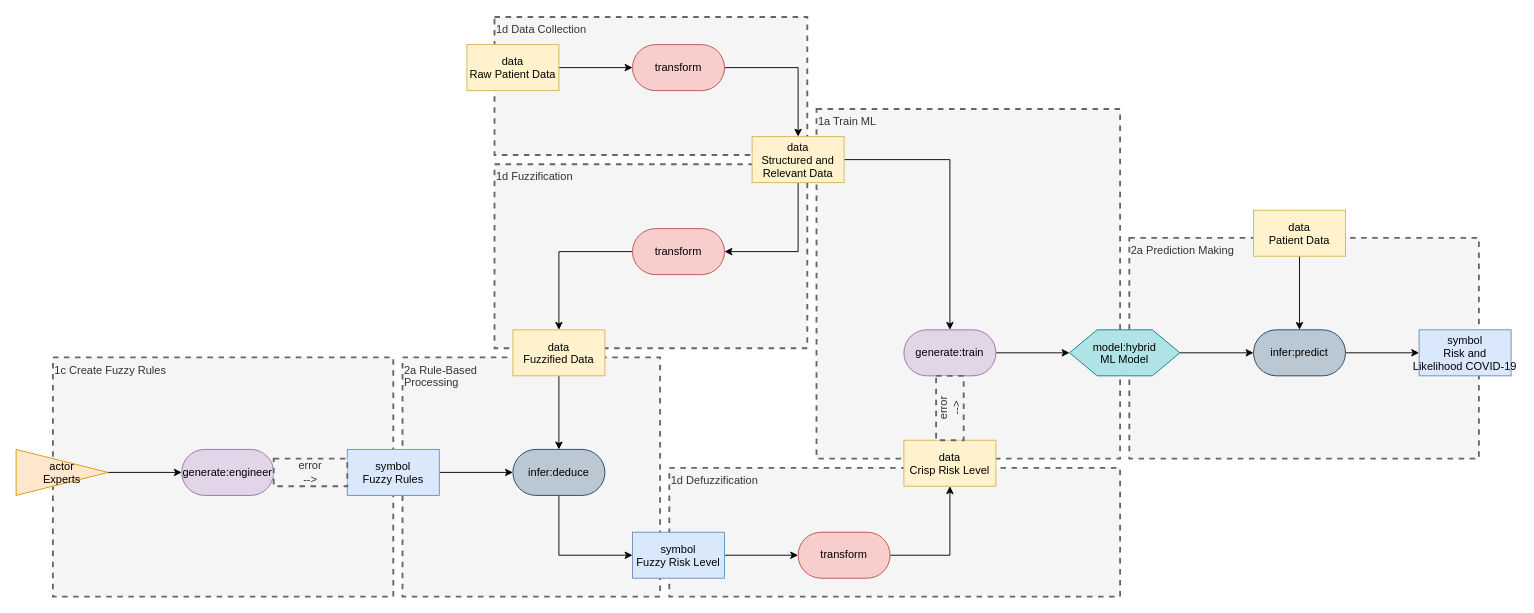
Above: page "Page-1" (1 of 2) of medical patterns to boxologies/Rule-Based Method pre-processes input data for ML Prediction (RBML)/COVID-19 risk prediction for diabetic patients using fuzzy inference system and machine learning approaches.drawio in zonnesmit/thesis (draw.io), before the change. Source tidied: cells renumbered, new cells numbered last; positions are measured from the earlier drawing's top-left corner, leaving out a move shared by most shapes. Both pictures are drawn from the tidied source at 92%, with x=0, y=0 at pixel (16, 17).
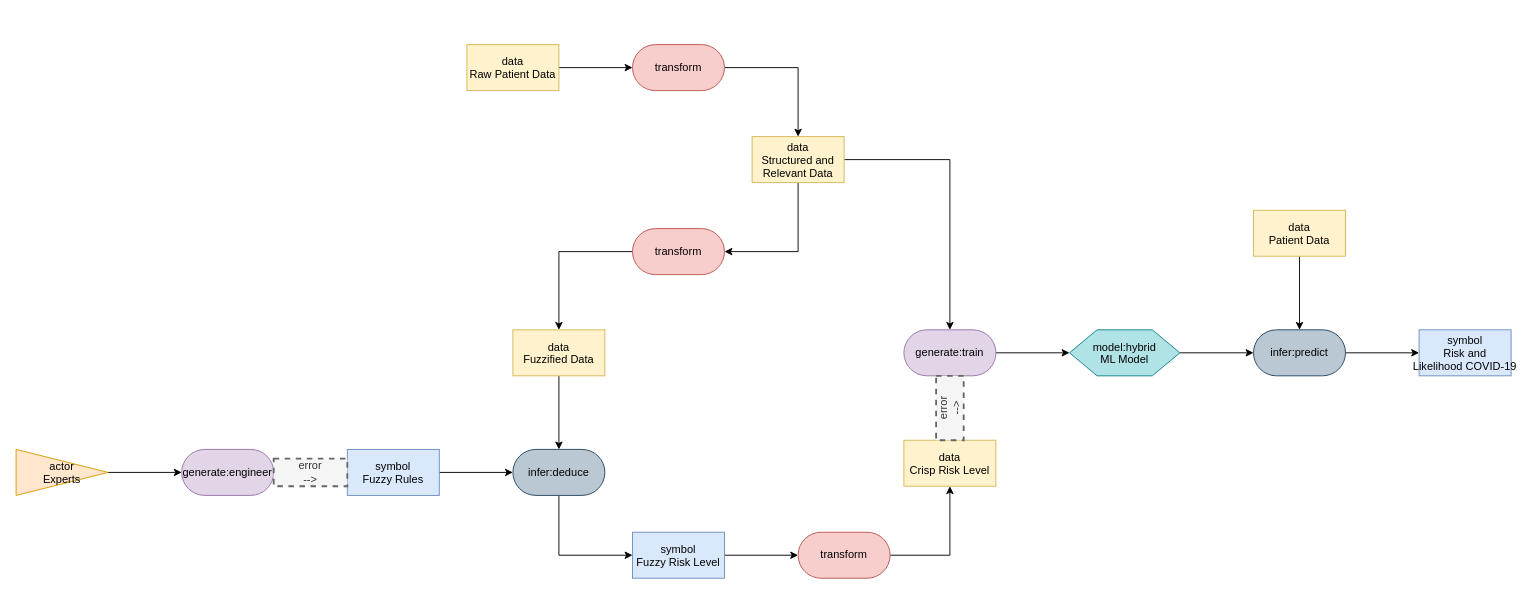
After the change.

What changed in the source:
```diff
@@
-    <mxCell id="2" value="2a Prediction Making" style="text;html=1;align=left;verticalAlign=top;whiteSpace=wrap;rounded=0;dashed=1;fillColor=#f5f5f5;fontColor=#333333;strokeColor=#666666;strokeWidth=2;" parent="1" vertex="1">
-      <mxGeometry x="1210" y="240" width="380" height="240" as="geometry" />
-    </mxCell>
-    <mxCell id="3" value="1a Train ML" style="text;html=1;align=left;verticalAlign=top;whiteSpace=wrap;rounded=0;dashed=1;fillColor=#f5f5f5;fontColor=#333333;strokeColor=#666666;strokeWidth=2;" parent="1" vertex="1">
-      <mxGeometry x="870" y="100" width="330" height="380" as="geometry" />
-    </mxCell>
-    <mxCell id="4" value="1d Defuzzification" style="text;html=1;align=left;verticalAlign=top;whiteSpace=wrap;rounded=0;dashed=1;fillColor=#f5f5f5;fontColor=#333333;strokeColor=#666666;strokeWidth=2;" parent="1" vertex="1">
-      <mxGeometry x="710" y="490" width="490" height="140" as="geometry" />
-    </mxCell>
-    <mxCell id="5" value="1c Create Fuzzy Rules" style="text;html=1;align=left;verticalAlign=top;whiteSpace=wrap;rounded=0;dashed=1;fillColor=#f5f5f5;fontColor=#333333;strokeColor=#666666;strokeWidth=2;" parent="1" vertex="1">
-      <mxGeometry x="40" y="370" width="370" height="260" as="geometry" />
-    </mxCell>
-    <mxCell id="6" value="&lt;div&gt;2a Rule-Based&lt;/div&gt;&lt;div&gt;Processing&lt;/div&gt;" style="text;html=1;align=left;verticalAlign=top;whiteSpace=wrap;rounded=0;dashed=1;fillColor=#f5f5f5;fontColor=#333333;strokeColor=#666666;strokeWidth=2;" parent="1" vertex="1">
-      <mxGeometry x="420" y="370" width="280" height="260" as="geometry" />
-    </mxCell>
-    <mxCell id="7" value="1d Fuzzification" style="text;html=1;align=left;verticalAlign=top;whiteSpace=wrap;rounded=0;dashed=1;fillColor=#f5f5f5;fontColor=#333333;strokeColor=#666666;strokeWidth=2;" parent="1" vertex="1">
-      <mxGeometry x="520" y="160" width="340" height="200" as="geometry" />
-    </mxCell>
-    <mxCell id="8" value="1d Data Collection" style="text;html=1;align=left;verticalAlign=top;whiteSpace=wrap;rounded=0;dashed=1;fillColor=#f5f5f5;fontColor=#333333;strokeColor=#666666;strokeWidth=2;" parent="1" vertex="1">
-      <mxGeometry x="520" width="340" height="150" as="geometry" />
-    </mxCell>
```
